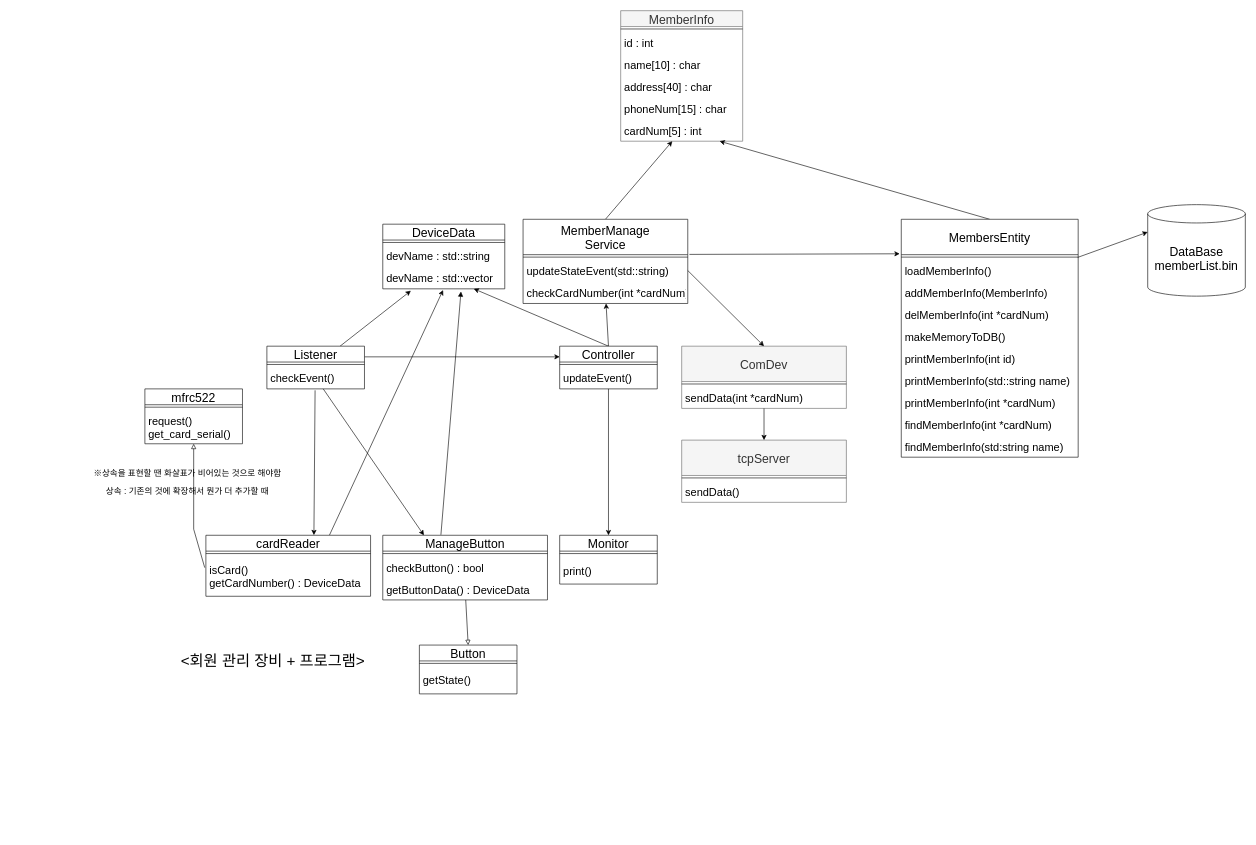
This is page "After Refactory3(0923)" (5 of 5) of SW_Design/SW_Design.drawio from Chigook/GolfMembersManager, a draw.io file, before an edit. Source tidied: cells renumbered, new cells numbered last; positions are measured from the earlier drawing's top-left corner, leaving out a move shared by most shapes. Both pictures are drawn from the tidied source at 61%, with x=0, y=0 at pixel (84, 10).
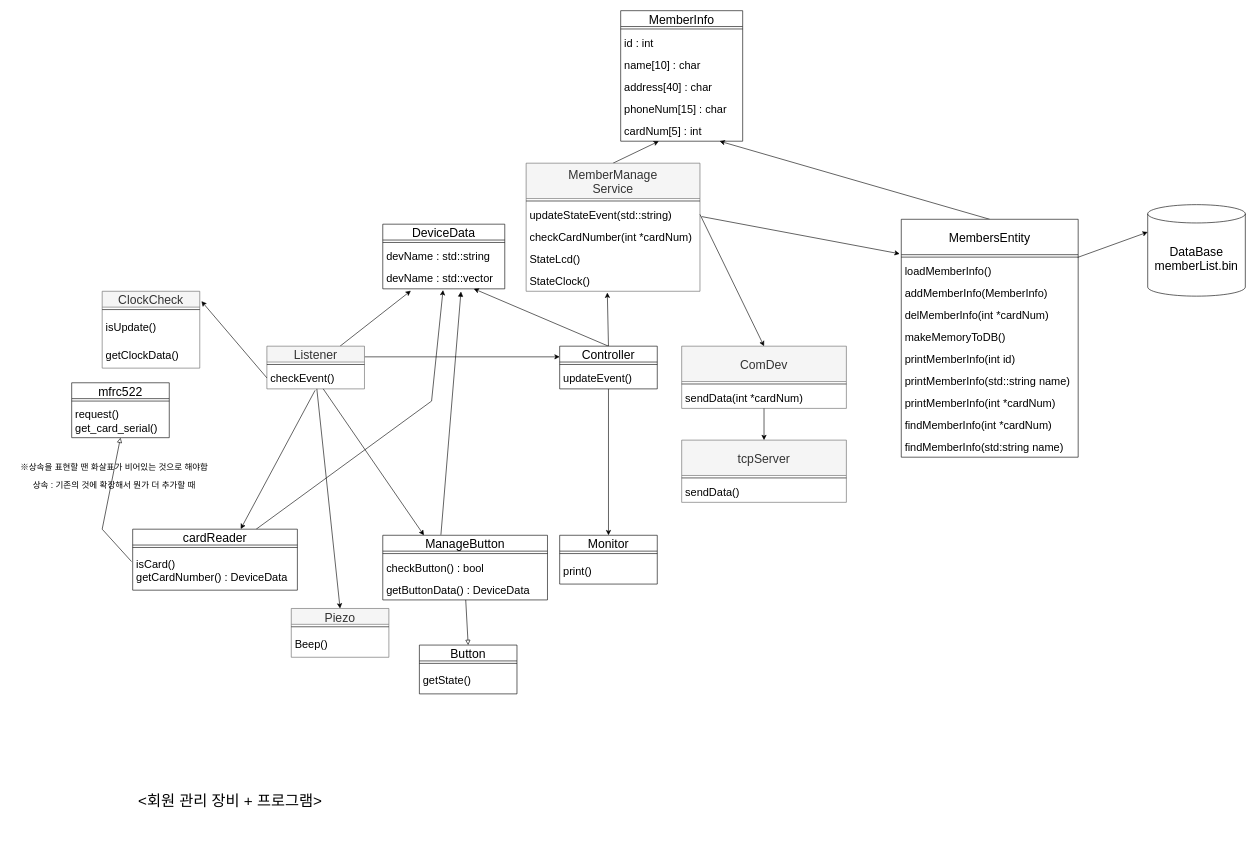
The same diagram, later.

Unchanged cells that the change refers to:
```xml
<mxCell id="9" value="checkEvent()" style="text;strokeColor=none;fillColor=none;align=left;verticalAlign=middle;spacingLeft=4;spacingRight=4;overflow=hidden;points=[[0,0.5],[1,0.5]];portConstraint=eastwest;fontSize=18;rounded=0;" parent="7" vertex="1">
  <mxGeometry y="34" width="160" height="36" as="geometry" />
</mxCell>
<mxCell id="13" value="isCard()&#10;getCardNumber() : DeviceData" style="text;align=left;verticalAlign=middle;spacingLeft=4;spacingRight=4;overflow=hidden;points=[[0,0.5],[1,0.5]];portConstraint=eastwest;fontSize=18;spacing=2;rounded=0;" parent="11" vertex="1">
  <mxGeometry y="34" width="270" height="66" as="geometry" />
</mxCell>
<mxCell id="19" value="Controller" style="swimlane;fontStyle=0;align=center;verticalAlign=middle;horizontal=1;startSize=26;fontSize=20;rounded=0;" parent="1" vertex="1">
  <mxGeometry x="780" y="550" width="160" height="70" as="geometry" />
</mxCell>
<mxCell id="26" value="devName : std::vector" style="text;strokeColor=none;fillColor=none;align=left;verticalAlign=middle;spacingLeft=4;spacingRight=4;overflow=hidden;points=[[0,0.5],[1,0.5]];portConstraint=eastwest;fontSize=18;rounded=0;" parent="23" vertex="1">
  <mxGeometry y="70" width="200" height="36" as="geometry" />
</mxCell>
<mxCell id="30" value="request()&#10;get_card_serial()" style="text;strokeColor=none;fillColor=none;align=left;verticalAlign=middle;spacingLeft=4;spacingRight=4;overflow=hidden;points=[[0,0.5],[1,0.5]];portConstraint=eastwest;fontSize=18;spacing=2;rounded=0;" parent="28" vertex="1">
  <mxGeometry y="34" width="160" height="56" as="geometry" />
</mxCell>
```

What changed in the source:
```diff
@@
     <mxCell id="2" value="&lt;font style=&quot;font-size: 25px&quot;&gt;&amp;lt;회원 관리 장비 + 프로그램&amp;gt;&lt;/font&gt;" style="text;html=1;strokeColor=none;fillColor=none;align=center;verticalAlign=middle;whiteSpace=wrap;rounded=0;" parent="1" vertex="1">
-      <mxGeometry x="120" y="1010" width="380" height="110" as="geometry" />
+      <mxGeometry x="50" y="1240" width="380" height="110" as="geometry" />
     </mxCell>
     <mxCell id="3" value="&lt;font style=&quot;font-size: 14px&quot;&gt;※상속을 표현할 땐 화살표가 비어있는 것으로 해야함&lt;/font&gt;" style="text;html=1;strokeColor=none;fillColor=none;align=center;verticalAlign=middle;whiteSpace=wrap;rounded=0;fontSize=20;" parent="1" vertex="1">
-      <mxGeometry y="740" width="340" height="30" as="geometry" />
+      <mxGeometry x="-120" y="730" width="340" height="30" as="geometry" />
     </mxCell>
@@
-    <mxCell id="7" value="Listener" style="swimlane;fontStyle=0;align=center;verticalAlign=middle;horizontal=1;startSize=26;fontSize=20;rounded=0;" parent="1" vertex="1">
+    <mxCell id="7" value="Listener" style="swimlane;fontStyle=0;align=center;verticalAlign=middle;horizontal=1;startSize=26;fontSize=20;rounded=0;fillColor=#f5f5f5;fontColor=#333333;strokeColor=#666666;" parent="1" vertex="1">
       <mxGeometry x="300" y="550" width="160" height="70" as="geometry" />
     </mxCell>
@@
     <mxCell id="10" style="edgeStyle=none;html=1;exitX=0.75;exitY=0;exitDx=0;exitDy=0;entryX=0.494;entryY=1.057;entryDx=0;entryDy=0;entryPerimeter=0;fontSize=20;rounded=0;" parent="1" edge="1" source="11" target="26">
-      <mxGeometry relative="1" as="geometry" />
+      <mxGeometry relative="1" as="geometry">
+        <Array as="points">
+          <mxPoint x="570" y="640" />
+        </Array>
+      </mxGeometry>
     </mxCell>
     <mxCell id="11" value="cardReader" style="swimlane;fontStyle=0;align=center;verticalAlign=middle;horizontal=1;startSize=26;fontSize=20;rounded=0;" parent="1" vertex="1">
-      <mxGeometry x="200" y="860" width="270" height="100" as="geometry" />
+      <mxGeometry x="80" y="850" width="270" height="100" as="geometry" />
     </mxCell>
@@
-    <mxCell id="18" style="edgeStyle=none;html=1;exitX=0.5;exitY=0;exitDx=0;exitDy=0;rounded=0;" parent="1" edge="1" source="19" target="45">
+    <mxCell id="18" style="edgeStyle=none;html=1;exitX=0.5;exitY=0;exitDx=0;exitDy=0;rounded=0;entryX=0.467;entryY=1.062;entryDx=0;entryDy=0;entryPerimeter=0;" parent="1" edge="1" source="19" target="78">
       <mxGeometry relative="1" as="geometry" />
     </mxCell>
@@
     <mxCell id="27" style="edgeStyle=none;html=1;fontSize=20;endArrow=block;endFill=0;entryX=0.5;entryY=1;entryDx=0;entryDy=0;entryPerimeter=0;exitX=-0.007;exitY=0.289;exitDx=0;exitDy=0;exitPerimeter=0;rounded=0;" parent="1" edge="1" source="13" target="30">
       <mxGeometry relative="1" as="geometry">
         <Array as="points">
-          <mxPoint x="180" y="850" />
+          <mxPoint x="30" y="850" />
         </Array>
       </mxGeometry>
     </mxCell>
     <mxCell id="28" value="mfrc522" style="swimlane;fontStyle=0;align=center;verticalAlign=middle;horizontal=1;startSize=26;fontSize=20;rounded=0;" parent="1" vertex="1">
-      <mxGeometry x="100" y="620" width="160" height="90" as="geometry" />
+      <mxGeometry x="-20" y="610" width="160" height="90" as="geometry" />
     </mxCell>
@@
     <mxCell id="31" value="&lt;span style=&quot;font-size: 14px;&quot;&gt;상속 : 기존의 것에 확장해서 뭔가 더 추가할 때&lt;/span&gt;" style="text;html=1;strokeColor=none;fillColor=none;align=center;verticalAlign=middle;whiteSpace=wrap;rounded=0;fontSize=20;" parent="1" vertex="1">
-      <mxGeometry y="770" width="340" height="30" as="geometry" />
+      <mxGeometry x="-120" y="760" width="340" height="30" as="geometry" />
     </mxCell>
@@
-    <mxCell id="33" value="MemberInfo" style="swimlane;fontStyle=0;align=center;verticalAlign=middle;horizontal=1;startSize=26;fontSize=20;fillColor=#f5f5f5;fontColor=#333333;strokeColor=#666666;rounded=0;" parent="1" vertex="1">
+    <mxCell id="33" value="MemberInfo" style="swimlane;fontStyle=0;align=center;verticalAlign=middle;horizontal=1;startSize=26;fontSize=20;rounded=0;" parent="1" vertex="1">
       <mxGeometry x="880" width="200" height="214" as="geometry" />
     </mxCell>
@@
-    <mxCell id="42" value="MemberManage&#10;Service" style="swimlane;fontStyle=0;align=center;verticalAlign=middle;horizontal=1;startSize=58;fontSize=20;rounded=0;" parent="1" vertex="1">
-      <mxGeometry x="720" y="342" width="270" height="138" as="geometry" />
+    <mxCell id="42" value="MemberManage&#10;Service" style="swimlane;fontStyle=0;align=center;verticalAlign=middle;horizontal=1;startSize=58;fontSize=20;rounded=0;fillColor=#f5f5f5;fontColor=#333333;strokeColor=#666666;" parent="1" vertex="1">
+      <mxGeometry x="725" y="250" width="285" height="210" as="geometry" />
     </mxCell>
     <mxCell id="43" style="line;strokeWidth=1;fillColor=none;align=left;verticalAlign=middle;spacingTop=-1;spacingLeft=3;spacingRight=3;labelPosition=right;fontSize=25;rounded=0;" parent="42" vertex="1">
-      <mxGeometry y="58" width="270" height="8" as="geometry" />
+      <mxGeometry y="58" width="285" height="8" as="geometry" />
     </mxCell>
     <mxCell id="44" value="updateStateEvent(std::string)" style="text;strokeColor=none;fillColor=none;align=left;verticalAlign=middle;spacingLeft=4;spacingRight=4;overflow=hidden;points=[[0,0.5],[1,0.5]];portConstraint=eastwest;fontSize=18;rounded=0;" parent="42" vertex="1">
-      <mxGeometry y="66" width="270" height="36" as="geometry" />
+      <mxGeometry y="66" width="285" height="36" as="geometry" />
     </mxCell>
     <mxCell id="45" value="checkCardNumber(int *cardNum)" style="text;strokeColor=none;fillColor=none;align=left;verticalAlign=middle;spacingLeft=4;spacingRight=4;overflow=hidden;points=[[0,0.5],[1,0.5]];portConstraint=eastwest;fontSize=18;rounded=0;" parent="42" vertex="1">
-      <mxGeometry y="102" width="270" height="36" as="geometry" />
+      <mxGeometry y="102" width="285" height="36" as="geometry" />
     </mxCell>
+    <mxCell id="77" value="StateLcd()" style="text;strokeColor=none;fillColor=none;align=left;verticalAlign=middle;spacingLeft=4;spacingRight=4;overflow=hidden;fontSize=18;rounded=0;" parent="42" vertex="1">
+      <mxGeometry y="138" width="285" height="36" as="geometry" />
+    </mxCell>
+    <mxCell id="78" value="StateClock()" style="text;strokeColor=none;fillColor=none;align=left;verticalAlign=middle;spacingLeft=4;spacingRight=4;overflow=hidden;points=[[0,0.5],[1,0.5]];portConstraint=eastwest;fontSize=18;rounded=0;" parent="42" vertex="1">
+      <mxGeometry y="174" width="285" height="36" as="geometry" />
+    </mxCell>
@@
+    <mxCell id="79" value="Piezo" style="swimlane;fontStyle=0;align=center;verticalAlign=middle;horizontal=1;startSize=26;fontSize=20;rounded=0;fillColor=#f5f5f5;fontColor=#333333;strokeColor=#666666;" parent="1" vertex="1">
+      <mxGeometry x="340" y="980" width="160" height="80" as="geometry" />
+    </mxCell>
+    <mxCell id="80" style="line;strokeWidth=1;fillColor=none;align=left;verticalAlign=middle;spacingTop=-1;spacingLeft=3;spacingRight=3;labelPosition=right;fontSize=24;rounded=0;" parent="79" vertex="1">
+      <mxGeometry y="26" width="160" height="8" as="geometry" />
+    </mxCell>
+    <mxCell id="81" value="Beep()" style="text;strokeColor=none;fillColor=none;align=left;verticalAlign=middle;spacingLeft=4;spacingRight=4;overflow=hidden;fontSize=18;rounded=0;" parent="79" vertex="1">
+      <mxGeometry y="34" width="160" height="46" as="geometry" />
+    </mxCell>
+    <mxCell id="82" style="edgeStyle=none;html=1;entryX=0.5;entryY=0;entryDx=0;entryDy=0;" parent="1" edge="1" source="9" target="79">
+      <mxGeometry relative="1" as="geometry" />
+    </mxCell>
+    <mxCell id="83" value="ClockCheck" style="swimlane;fontStyle=0;align=center;verticalAlign=middle;horizontal=1;startSize=26;fontSize=20;rounded=0;fillColor=#f5f5f5;fontColor=#333333;strokeColor=#666666;" parent="1" vertex="1">
+      <mxGeometry x="30" y="460" width="160" height="126" as="geometry" />
+    </mxCell>
+    <mxCell id="84" style="line;strokeWidth=1;fillColor=none;align=left;verticalAlign=middle;spacingTop=-1;spacingLeft=3;spacingRight=3;labelPosition=right;fontSize=24;rounded=0;" parent="83" vertex="1">
+      <mxGeometry y="26" width="160" height="8" as="geometry" />
+    </mxCell>
+    <mxCell id="85" value="isUpdate()" style="text;strokeColor=none;fillColor=none;align=left;verticalAlign=middle;spacingLeft=4;spacingRight=4;overflow=hidden;fontSize=18;rounded=0;" parent="83" vertex="1">
+      <mxGeometry y="34" width="160" height="46" as="geometry" />
+    </mxCell>
+    <mxCell id="86" value="getClockData()" style="text;strokeColor=none;fillColor=none;align=left;verticalAlign=middle;spacingLeft=4;spacingRight=4;overflow=hidden;fontSize=18;rounded=0;" parent="83" vertex="1">
+      <mxGeometry y="80" width="160" height="46" as="geometry" />
+    </mxCell>
+    <mxCell id="87" style="edgeStyle=none;html=1;exitX=0;exitY=0.5;exitDx=0;exitDy=0;entryX=1.017;entryY=0.129;entryDx=0;entryDy=0;entryPerimeter=0;" parent="1" edge="1" source="9" target="83">
+      <mxGeometry relative="1" as="geometry" />
+    </mxCell>
```
